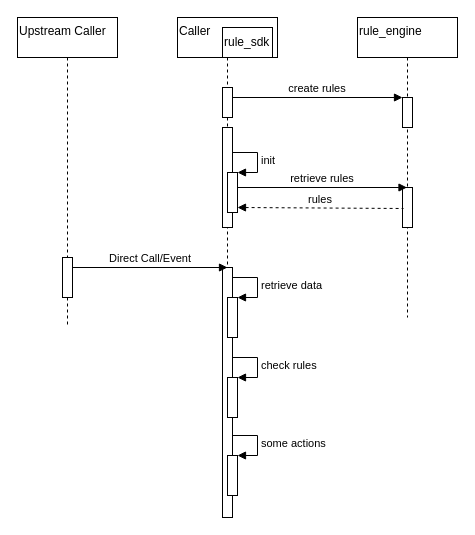
Earlier version of the draw.io diagram rule_engine.drawio (carlonelong/pics). Source tidied: cells renumbered, new cells numbered last; positions are measured from the earlier drawing's top-left corner, leaving out a move shared by most shapes. Both pictures are drawn from the tidied source at 100%, with x=0, y=0 at pixel (17, 17).
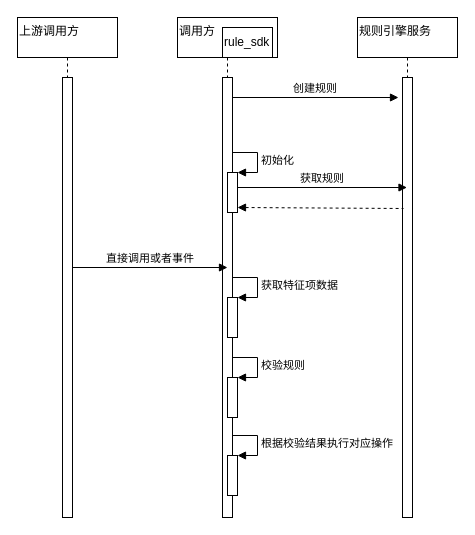
After the change.

The change refers to these unchanged cells:
```xml
<mxCell id="7" style="html=1;points=[];perimeter=orthogonalPerimeter;align=left;" parent="2" vertex="1">
  <mxGeometry x="50" y="155" width="10" height="40" as="geometry" />
</mxCell>
<mxCell id="9" style="html=1;points=[];perimeter=orthogonalPerimeter;align=left;" parent="2" vertex="1">
  <mxGeometry x="50" y="280" width="10" height="40" as="geometry" />
</mxCell>
<mxCell id="11" style="html=1;points=[];perimeter=orthogonalPerimeter;align=left;" parent="2" vertex="1">
  <mxGeometry x="50" y="360" width="10" height="40" as="geometry" />
</mxCell>
<mxCell id="13" style="html=1;points=[];perimeter=orthogonalPerimeter;align=left;" parent="2" vertex="1">
  <mxGeometry x="50" y="438" width="10" height="40" as="geometry" />
</mxCell>
```

Change to the diagram source:
```diff
@@
-    <mxCell id="2" value="Caller" style="shape=umlLifeline;perimeter=lifelinePerimeter;rounded=0;shadow=0;strokeWidth=1;align=left;verticalAlign=top;" parent="1" vertex="1">
+    <mxCell id="2" value="调用方" style="shape=umlLifeline;perimeter=lifelinePerimeter;rounded=0;shadow=0;strokeWidth=1;align=left;verticalAlign=top;" parent="1" vertex="1">
       <mxGeometry x="160" width="100" height="500" as="geometry" />
     </mxCell>
     <mxCell id="3" style="points=[];perimeter=orthogonalPerimeter;rounded=0;shadow=0;strokeWidth=1;" parent="2" vertex="1">
-      <mxGeometry x="45" y="70" width="10" height="30" as="geometry" />
+      <mxGeometry x="45" y="60" width="10" height="440" as="geometry" />
     </mxCell>
@@
-    <mxCell id="5" value="init" style="edgeStyle=orthogonalEdgeStyle;html=1;align=left;spacingLeft=2;endArrow=block;rounded=0;entryX=1;entryY=0;" parent="2" edge="1" target="7">
+    <mxCell id="5" value="初始化" style="edgeStyle=orthogonalEdgeStyle;html=1;align=left;spacingLeft=2;endArrow=block;rounded=0;entryX=1;entryY=0;" parent="2" edge="1" target="7">
       <mxGeometry relative="1" as="geometry">
         <mxPoint x="55" y="135" as="sourcePoint" />
         <Array as="points">
           <mxPoint x="80" y="135" />
         </Array>
       </mxGeometry>
     </mxCell>
-    <mxCell id="6" style="perimeter=orthogonalPerimeter;rounded=0;shadow=0;strokeWidth=1;" parent="2" vertex="1">
-      <mxGeometry x="45" y="110" width="10" height="100" as="geometry" />
-    </mxCell>
@@
-    <mxCell id="8" style="perimeter=orthogonalPerimeter;rounded=0;shadow=0;strokeWidth=1;" parent="2" vertex="1">
-      <mxGeometry x="45" y="250" width="10" height="250" as="geometry" />
-    </mxCell>
@@
-    <mxCell id="10" value="retrieve data" style="edgeStyle=orthogonalEdgeStyle;html=1;align=left;spacingLeft=2;endArrow=block;rounded=0;entryX=1;entryY=0;" parent="2" edge="1" target="9">
+    <mxCell id="10" value="获取特征项数据" style="edgeStyle=orthogonalEdgeStyle;html=1;align=left;spacingLeft=2;endArrow=block;rounded=0;entryX=1;entryY=0;" parent="2" edge="1" target="9">
       <mxGeometry relative="1" as="geometry">
         <mxPoint x="55" y="260" as="sourcePoint" />
         <Array as="points">
           <mxPoint x="80" y="260" />
         </Array>
       </mxGeometry>
     </mxCell>
@@
-    <mxCell id="12" value="check rules" style="edgeStyle=orthogonalEdgeStyle;html=1;align=left;spacingLeft=2;endArrow=block;rounded=0;entryX=1;entryY=0;" parent="2" edge="1" target="11">
+    <mxCell id="12" value="校验规则" style="edgeStyle=orthogonalEdgeStyle;html=1;align=left;spacingLeft=2;endArrow=block;rounded=0;entryX=1;entryY=0;" parent="2" edge="1" target="11">
       <mxGeometry relative="1" as="geometry">
         <mxPoint x="55" y="340" as="sourcePoint" />
         <Array as="points">
           <mxPoint x="80" y="340" />
         </Array>
       </mxGeometry>
     </mxCell>
@@
-    <mxCell id="14" value="some actions" style="edgeStyle=orthogonalEdgeStyle;html=1;align=left;spacingLeft=2;endArrow=block;rounded=0;entryX=1;entryY=0;" parent="2" edge="1" target="13">
+    <mxCell id="14" value="根据校验结果执行对应操作" style="edgeStyle=orthogonalEdgeStyle;html=1;align=left;spacingLeft=2;endArrow=block;rounded=0;entryX=1;entryY=0;" parent="2" edge="1" target="13">
       <mxGeometry relative="1" as="geometry">
         <mxPoint x="55" y="418" as="sourcePoint" />
         <Array as="points">
           <mxPoint x="80" y="418" />
         </Array>
       </mxGeometry>
     </mxCell>
-    <mxCell id="15" value="rule_engine" style="shape=umlLifeline;perimeter=lifelinePerimeter;rounded=0;shadow=0;strokeWidth=1;align=left;verticalAlign=top;" parent="1" vertex="1">
-      <mxGeometry x="340" width="100" height="300" as="geometry" />
+    <mxCell id="15" value="规则引擎服务" style="shape=umlLifeline;perimeter=lifelinePerimeter;rounded=0;shadow=0;strokeWidth=1;align=left;verticalAlign=top;" parent="1" vertex="1">
+      <mxGeometry x="340" width="100" height="500" as="geometry" />
     </mxCell>
     <mxCell id="16" style="points=[];perimeter=orthogonalPerimeter;rounded=0;shadow=0;strokeWidth=1;" parent="15" vertex="1">
-      <mxGeometry x="45" y="80" width="10" height="30" as="geometry" />
+      <mxGeometry x="45" y="60" width="10" height="440" as="geometry" />
     </mxCell>
-    <mxCell id="17" style="points=[];perimeter=orthogonalPerimeter;rounded=0;shadow=0;strokeWidth=1;" parent="15" vertex="1">
-      <mxGeometry x="45" y="170" width="10" height="40" as="geometry" />
-    </mxCell>
-    <mxCell id="18" value="create rules" style="verticalAlign=bottom;endArrow=block;entryX=0;entryY=0;shadow=0;strokeWidth=1;" parent="1" edge="1" source="3" target="16">
-      <mxGeometry relative="1" as="geometry" />
+    <mxCell id="18" value="创建规则" style="verticalAlign=bottom;endArrow=block;shadow=0;strokeWidth=1;" parent="1" edge="1" source="3">
+      <mxGeometry relative="1" as="geometry">
+        <mxPoint x="381" y="80" as="targetPoint" />
+      </mxGeometry>
     </mxCell>
-    <mxCell id="19" value="retrieve rules" style="verticalAlign=bottom;endArrow=block;shadow=0;strokeWidth=1;" parent="1" edge="1" target="15">
+    <mxCell id="19" value="获取规则" style="verticalAlign=bottom;endArrow=block;shadow=0;strokeWidth=1;" parent="1" edge="1" target="15">
       <mxGeometry relative="1" as="geometry">
         <mxPoint x="220" y="170" as="sourcePoint" />
       </mxGeometry>
     </mxCell>
-    <mxCell id="20" value="Upstream Caller" style="shape=umlLifeline;perimeter=lifelinePerimeter;rounded=0;shadow=0;strokeWidth=1;align=left;verticalAlign=top;" parent="1" vertex="1">
-      <mxGeometry width="100" height="310" as="geometry" />
+    <mxCell id="20" value="上游调用方" style="shape=umlLifeline;perimeter=lifelinePerimeter;rounded=0;shadow=0;strokeWidth=1;align=left;verticalAlign=top;" parent="1" vertex="1">
+      <mxGeometry width="100" height="500" as="geometry" />
     </mxCell>
     <mxCell id="21" style="perimeter=orthogonalPerimeter;rounded=0;shadow=0;strokeWidth=1;" parent="20" vertex="1">
-      <mxGeometry x="45" y="240" width="10" height="40" as="geometry" />
+      <mxGeometry x="45" y="60" width="10" height="440" as="geometry" />
     </mxCell>
-    <mxCell id="22" value="Direct Call/Event" style="verticalAlign=bottom;endArrow=block;shadow=0;strokeWidth=1;" parent="1" edge="1">
+    <mxCell id="22" value="直接调用或者事件" style="verticalAlign=bottom;endArrow=block;shadow=0;strokeWidth=1;" parent="1" edge="1">
       <mxGeometry relative="1" as="geometry">
         <mxPoint x="55" y="250" as="sourcePoint" />
         <mxPoint x="210" y="250" as="targetPoint" />
       </mxGeometry>
     </mxCell>
-    <mxCell id="23" value="rules" style="verticalAlign=bottom;endArrow=none;shadow=0;strokeWidth=1;dashed=1;startArrow=block;startFill=1;endFill=0;entryX=0.1;entryY=0.525;entryDx=0;entryDy=0;entryPerimeter=0;" parent="1" edge="1" target="17">
+    <mxCell id="23" style="verticalAlign=bottom;endArrow=none;shadow=0;strokeWidth=1;dashed=1;startArrow=block;startFill=1;endFill=0;entryX=0.1;entryY=0.525;entryDx=0;entryDy=0;entryPerimeter=0;" parent="1" edge="1">
       <mxGeometry relative="1" as="geometry">
         <mxPoint x="220" y="190" as="sourcePoint" />
+        <mxPoint x="386" y="191" as="targetPoint" />
       </mxGeometry>
     </mxCell>
```
